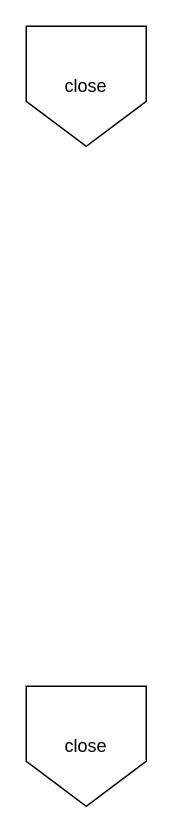
Before: page "Close" (5 of 5) of .github/Flowcharts/Read from File.drawio in NPITX-programs/ReadFromName, a draw.io diagram. Source tidied: cells renumbered, new cells numbered last; positions are measured from the earlier drawing's top-left corner, leaving out a move shared by most shapes. Both pictures are drawn from the tidied source at 150%, with x=0, y=0 at pixel (26, 26).
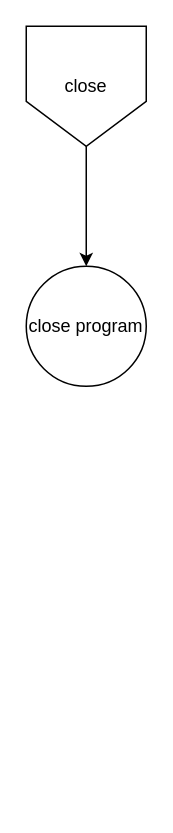
The same page after the edit.

Commit message (it also covers changes not shown here):
all modifications for the v1 of the button

Diff of the diagram source:
```diff
@@
 <mxGraphModel>
   <root>
     <mxCell id="0" />
     <mxCell id="1" parent="0" />
-    <mxCell id="2" value="&lt;span style=&quot;background-color: initial;&quot;&gt;close&lt;/span&gt;" style="shape=offPageConnector;whiteSpace=wrap;html=1;" parent="1" vertex="1">
-      <mxGeometry y="440" width="80" height="80" as="geometry" />
-    </mxCell>
+    <mxCell id="4" style="edgeStyle=orthogonalEdgeStyle;rounded=0;jettySize=auto;html=1;" parent="1" edge="1" source="3" target="5">
+      <mxGeometry relative="1" as="geometry" />
+    </mxCell>
     <mxCell id="3" value="&lt;span style=&quot;background-color: initial;&quot;&gt;close&lt;/span&gt;" style="shape=offPageConnector;whiteSpace=wrap;html=1;" parent="1" vertex="1">
       <mxGeometry width="80" height="80" as="geometry" />
     </mxCell>
+    <mxCell id="5" value="close program" style="ellipse;whiteSpace=wrap;html=1;" parent="1" vertex="1">
+      <mxGeometry y="160" width="80" height="80" as="geometry" />
+    </mxCell>
   </root>
 </mxGraphModel>
```
